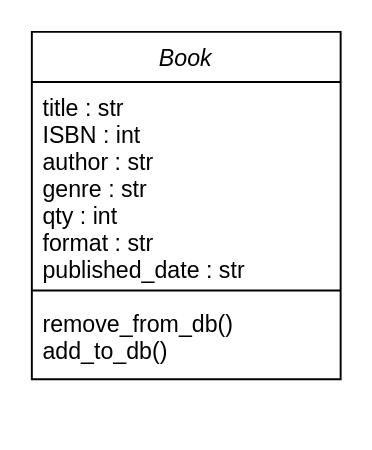
Above: Design_Documents/Book Diagram.drawio in TanHess/Methods_And_Tools_Group_Project (draw.io), before the change. Source tidied: cells renumbered, new cells numbered last; positions are measured from the earlier drawing's top-left corner, leaving out a move shared by most shapes. Both pictures are drawn from the tidied source at 193%, with x=0, y=0 at pixel (31, 31).
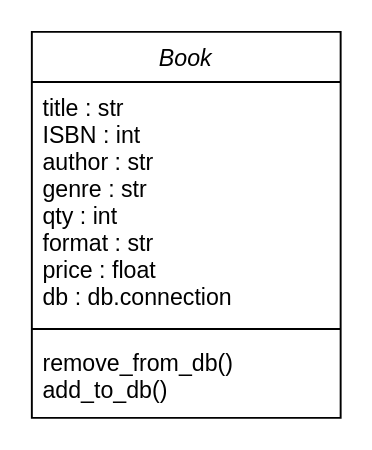
The same page after the edit.

What changed in the source:
```diff
@@
 <mxGraphModel>
   <root>
     <mxCell id="0" />
     <mxCell id="1" parent="0" />
     <mxCell id="2" value="Book" style="swimlane;fontStyle=2;align=center;verticalAlign=top;horizontal=1;startSize=26;rounded=0;shadow=0;strokeWidth=1;" parent="1" vertex="1">
-      <mxGeometry width="160" height="180" as="geometry" />
+      <mxGeometry width="160" height="200" as="geometry" />
     </mxCell>
-    <mxCell id="3" value="title : str&#10;ISBN : int&#10;author : str&#10;genre : str&#10;qty : int&#10;format : str&#10;published_date : str" style="text;align=left;verticalAlign=top;spacingLeft=4;spacingRight=4;overflow=hidden;" parent="2" vertex="1">
-      <mxGeometry y="26" width="160" height="104" as="geometry" />
+    <mxCell id="3" value="title : str&#10;ISBN : int&#10;author : str&#10;genre : str&#10;qty : int&#10;format : str&#10;price : float&#10;db : db.connection" style="text;align=left;verticalAlign=top;spacingLeft=4;spacingRight=4;overflow=hidden;" parent="2" vertex="1">
+      <mxGeometry y="26" width="160" height="124" as="geometry" />
     </mxCell>
     <mxCell id="4" style="line;html=1;strokeWidth=1;align=left;verticalAlign=middle;spacingTop=-1;spacingLeft=3;spacingRight=3;labelPosition=right;" parent="2" vertex="1">
-      <mxGeometry y="130" width="160" height="8" as="geometry" />
+      <mxGeometry y="150" width="160" height="8" as="geometry" />
     </mxCell>
     <mxCell id="5" value="remove_from_db()&#10;add_to_db()" style="text;align=left;verticalAlign=top;spacingLeft=4;spacingRight=4;overflow=hidden;" parent="2" vertex="1">
-      <mxGeometry y="138" width="160" height="42" as="geometry" />
+      <mxGeometry y="158" width="160" height="42" as="geometry" />
     </mxCell>
   </root>
 </mxGraphModel>
```
